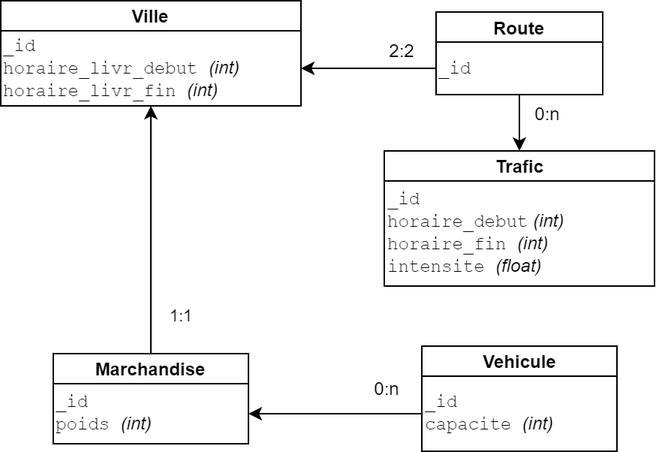
This is Modèle de données.png from HugoLeBoennec/projetData, a draw.io export, as it was before one commit. Source tidied: cells renumbered, new cells last; positions are measured from the earlier drawing's top-left corner, leaving out a move shared by most shapes.
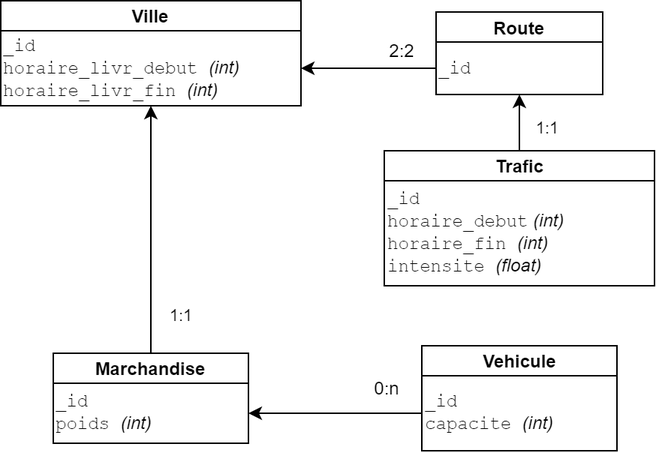
Above is the later version.

Change to the diagram source:
```diff
@@ -34,6 +34,19 @@
     <mxCell id="11" value="_id&lt;br&gt;poids&amp;nbsp;&lt;font face=&quot;Helvetica&quot;&gt;&lt;i&gt;(int)&lt;/i&gt;&lt;/font&gt;" style="rounded=0;whiteSpace=wrap;html=1;align=left;fontFamily=Courier New;" parent="1" vertex="1">
       <mxGeometry x="35" y="255" width="130" height="40" as="geometry" />
     </mxCell>
+    <mxCell id="20" style="edgeStyle=orthogonalEdgeStyle;rounded=0;jettySize=auto;html=1;exitX=0.5;exitY=0;exitDx=0;exitDy=0;entryX=0.5;entryY=1;entryDx=0;entryDy=0;" parent="1" edge="1" source="12" target="5">
+      <mxGeometry relative="1" as="geometry">
+        <Array as="points">
+          <mxPoint x="346" y="80" />
+          <mxPoint x="346" y="80" />
+        </Array>
+      </mxGeometry>
+    </mxCell>
+    <mxCell id="21" value="1:1" style="edgeLabel;html=1;align=center;verticalAlign=middle;" parent="20" vertex="1">
+      <mxGeometry x="0.07" y="-5" relative="1" as="geometry">
+        <mxPoint x="13.5" y="5" as="offset" />
+      </mxGeometry>
+    </mxCell>
     <mxCell id="12" value="Trafic" style="rounded=0;whiteSpace=wrap;html=1;fontStyle=1;" parent="1" vertex="1">
       <mxGeometry x="255.5" y="100" width="180" height="20" as="geometry" />
     </mxCell>
@@ -48,14 +61,6 @@
         <mxPoint x="-4" y="-10.6" as="offset" />
       </mxGeometry>
     </mxCell>
-    <mxCell id="16" style="endArrow=classic;html=1;fontFamily=Courier New;" parent="1" edge="1" source="5" target="12">
-      <mxGeometry relative="1" as="geometry" />
-    </mxCell>
-    <mxCell id="17" value="&lt;font face=&quot;Helvetica&quot; style=&quot;font-size: 12px&quot;&gt;0:n&lt;/font&gt;" style="edgeLabel;html=1;align=center;verticalAlign=middle;fontFamily=Courier New;" parent="16" vertex="1">
-      <mxGeometry x="-0.47" y="-1" relative="1" as="geometry">
-        <mxPoint x="19.5" y="3" as="offset" />
-      </mxGeometry>
-    </mxCell>
     <mxCell id="18" style="endArrow=classic;html=1;fontFamily=Courier New;" parent="1" edge="1" source="7" target="11">
       <mxGeometry relative="1" as="geometry" />
     </mxCell>
```
